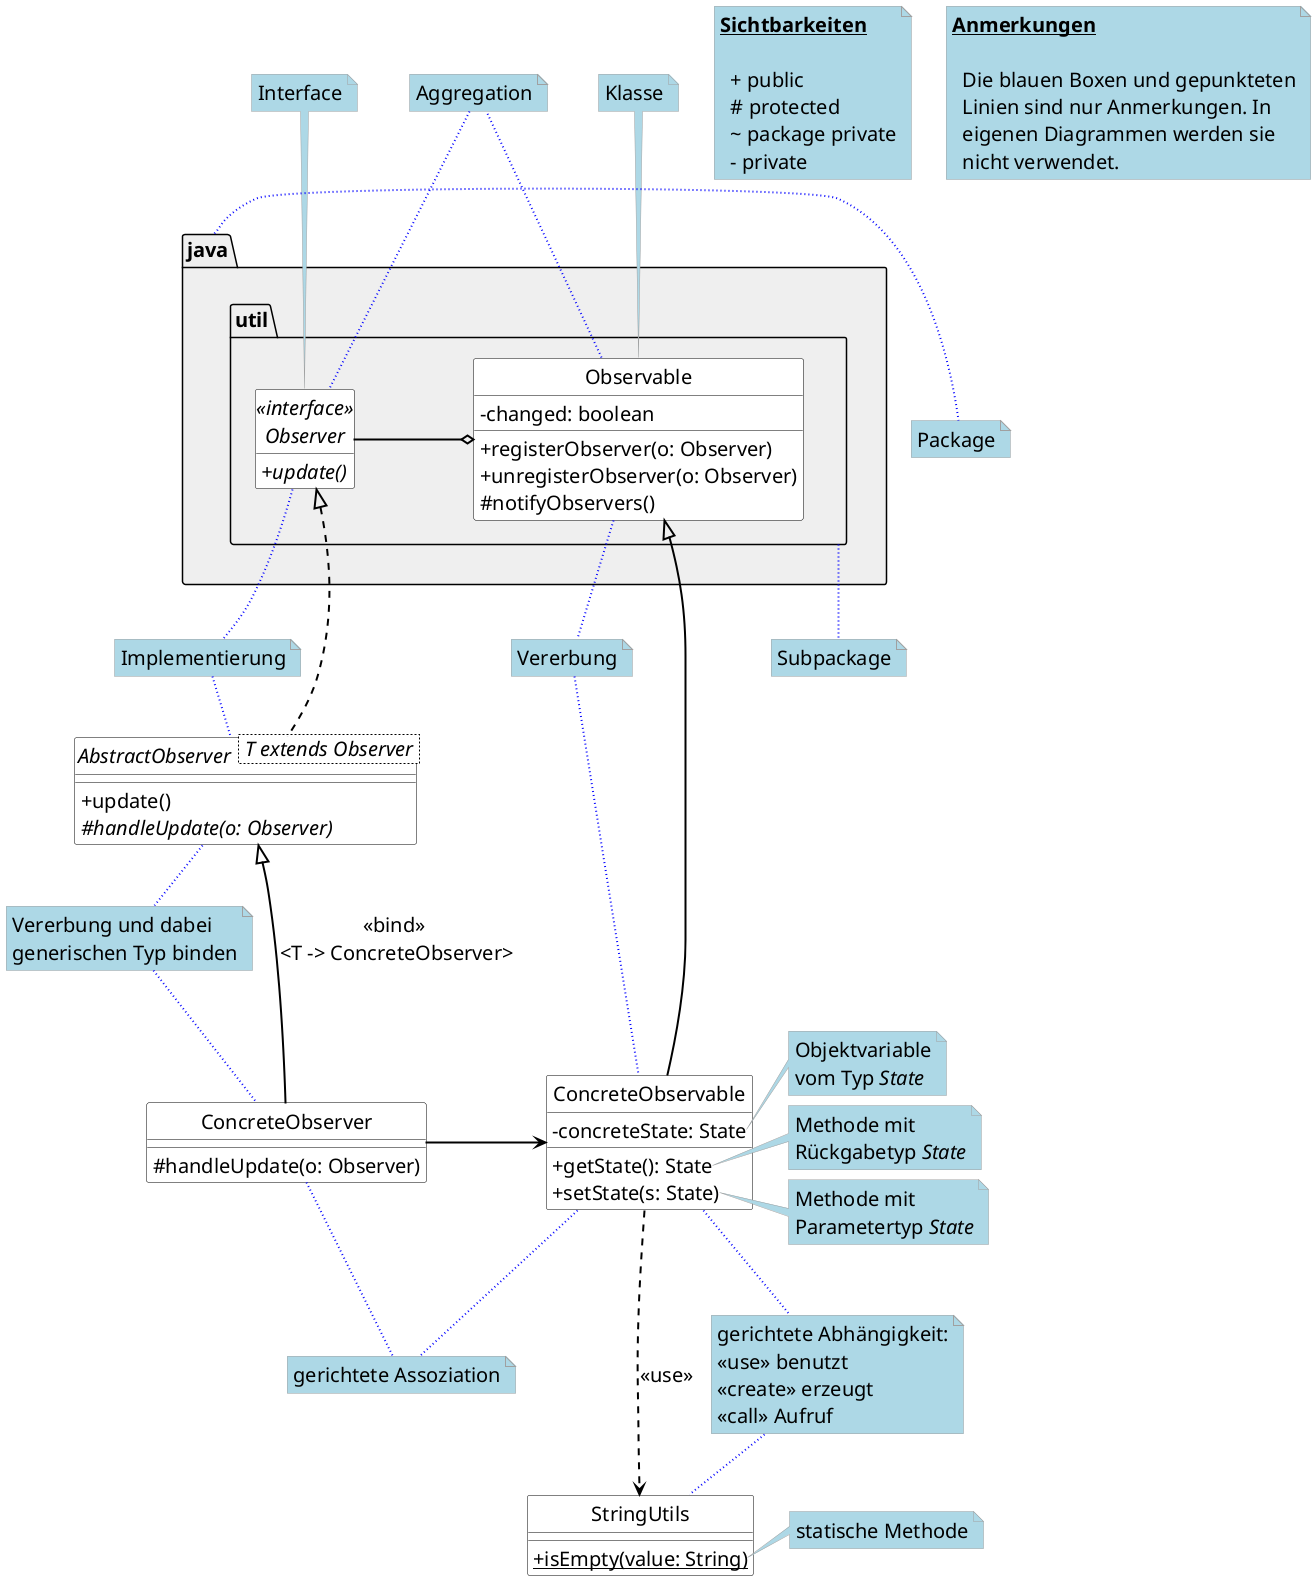
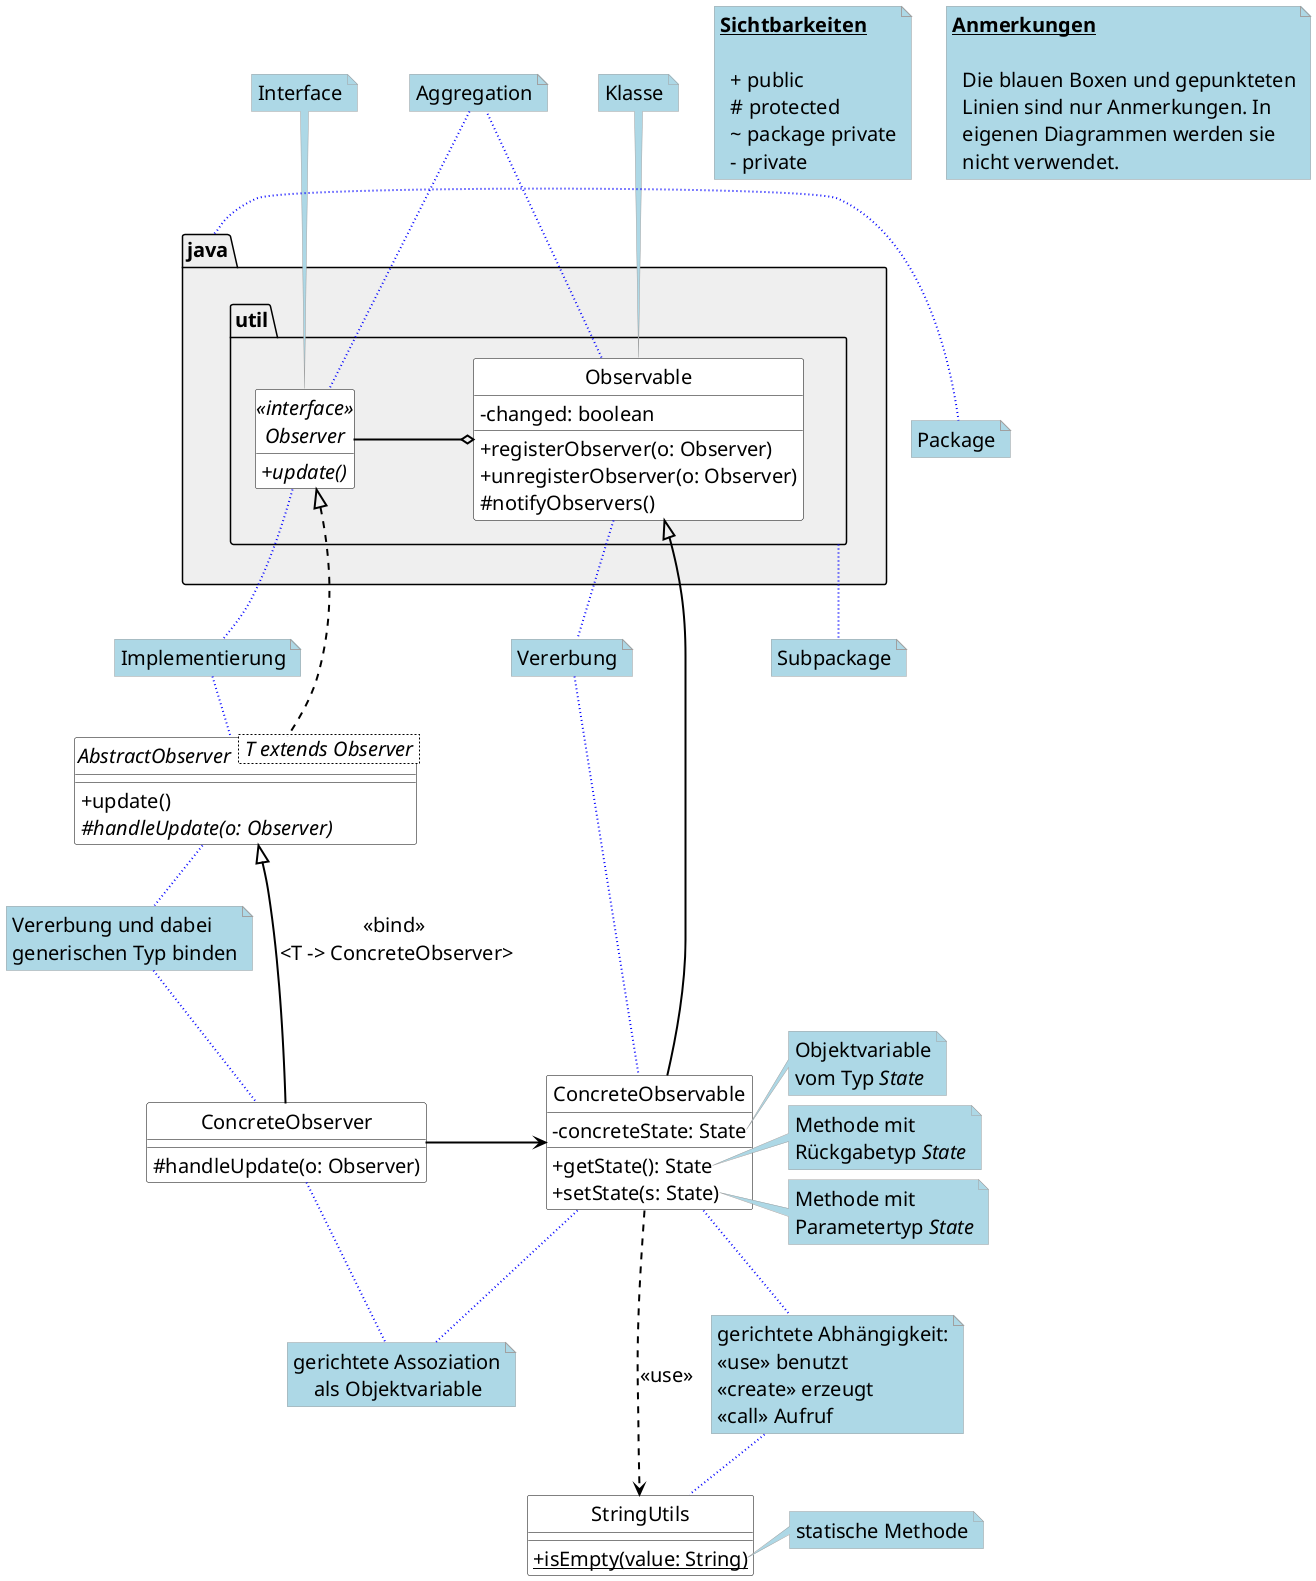
@startuml

skinparam package {
  BackgroundColor #efefef
  BorderColor #a0a0a0
  BackgroundColor<<Main>> gold
  BorderColor black
  ArrowColor black
  FontName Arial Unicode MS
  FontSize 20
}

skinparam class {
  BackgroundColor #white
  BorderColor #f4f4f4
  BackgroundColor<<Main>> gold
  BorderColor black
  ArrowColor black
  FontName Arial Unicode MS
  FontSize 20
}

skinparam note {
  BackgroundColor LightBlue
  BorderColor #a0a0a0
  FontName Arial
  FontSize 14
  FontColor black
  RoundCorner 15
  LineType solid
}

skinparam classFontSize 24
skinparam classAttributeIconSize 0
skinparam defaultFontSize 20

skinparam ArrowColor black
skinparam ArrowThickness 2

hide circle

package java.util {
    class Observable {
        - changed: boolean
        +registerObserver(o: Observer)
        +unregisterObserver(o: Observer)
        #notifyObservers()
    }

    interface Observer <<interface>> {
        +update() {abstract}
    }
}

class ConcreteObservable {
    -concreteState: State
    +getState(): State
    +setState(s: State)
}

Observable <|-- ConcreteObservable

hide interface fields

abstract class AbstractObserver < T extends Observer >  {
    +update()
    #handleUpdate(o: Observer) {abstract}
}

class ConcreteObserver {
    #handleUpdate(o: Observer)
}

class StringUtils {
    +isEmpty(value: String) {static}
}

Observable o- Observer : \t\t

Observer <|.. AbstractObserver
AbstractObserver <|-- ConcreteObserver : <<bind>> \n<T -> ConcreteObserver>
ConcreteObservable <-left- ConcreteObserver : \t\t
ConcreteObservable .down.> StringUtils : <<use>>

' Notes

note "Package" as Package
note "Subpackage" as Subpackage
note "Klasse" as Class
note "Interface" as Interface
note "Vererbung" as Vererbung
note "Implementierung" as Implementierung
- note "gerichtete Assoziation" as Assoziation
+ note "gerichtete Assoziation\n    als Objektvariable" as Assoziation
note "Vererbung und dabei\ngenerischen Typ binden" as Generics
note "gerichtete Abhängigkeit:\n<<use>> benutzt\n<<create>> erzeugt\n<<call>> Aufruf" as Dependency
note "Aggregation" as Aggregation

java .right[#blue,dotted]. Package
util .down[#blue,dotted]. Subpackage
Observable .up. Class
Observable .[#blue,dotted]. Vererbung
ConcreteObservable .up[#blue,dotted]. Vererbung
Observer .up. Interface

Observer .up[#blue,dotted]. Aggregation
Aggregation .up[#blue,dotted]. Observable

Observer .down[#blue,dotted]. Implementierung
AbstractObserver .up[#blue,dotted]. Implementierung

ConcreteObserver .down[#blue,dotted]. Assoziation
ConcreteObservable .down[#blue,dotted]. Assoziation

ConcreteObserver .up[#blue,dotted]. Generics
AbstractObserver .down[#blue,dotted]. Generics

ConcreteObservable .[#blue,dotted]. Dependency
StringUtils .up[#blue,dotted]. Dependency

note right of ConcreteObservable::concreteState
  Objektvariable
  vom Typ <i>State</i>
end note

note right of ConcreteObservable::getState
  Methode mit
  Rückgabetyp <i>State</i>
end note

note right of ConcreteObservable::setState
  Methode mit
  Parametertyp <i>State</i>
end note

note right of StringUtils::isEmpty
  statische Methode
end note

note as floating
  <u><b>Sichtbarkeiten</b></u>

    + public
    # protected
    ~ package private
    - private
end note

note as notes
  <u><b>Anmerkungen</b></u>

    Die blauen Boxen und gepunkteten
    Linien sind nur Anmerkungen. In
    eigenen Diagrammen werden sie
    nicht verwendet.
end note

@enduml
